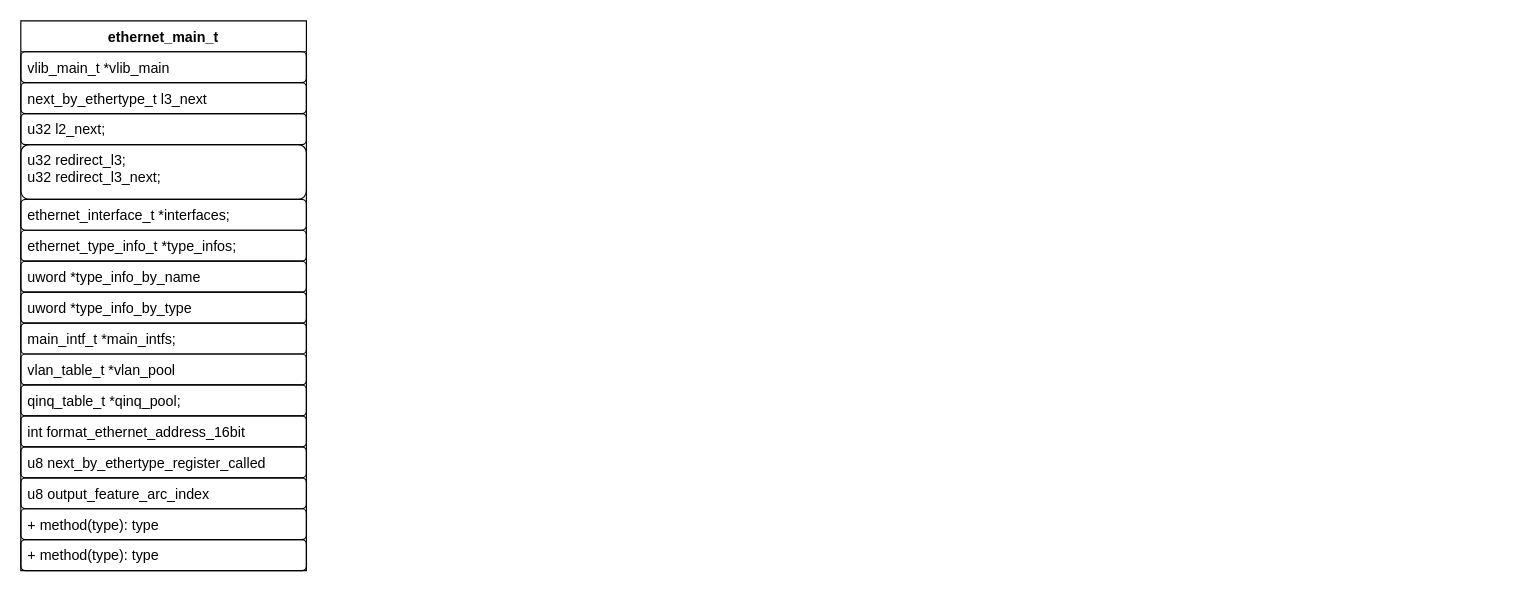
jin13417/dpdk-vpp-learning keeps this draw.io diagram as new_map/vlan_qinq.drawio. Above is the earlier version. Source tidied: cells renumbered, new cells numbered last; positions are measured from the earlier drawing's top-left corner, leaving out a move shared by most shapes. Both pictures are drawn from the tidied source at 119%, with x=0, y=0 at pixel (20, 20).
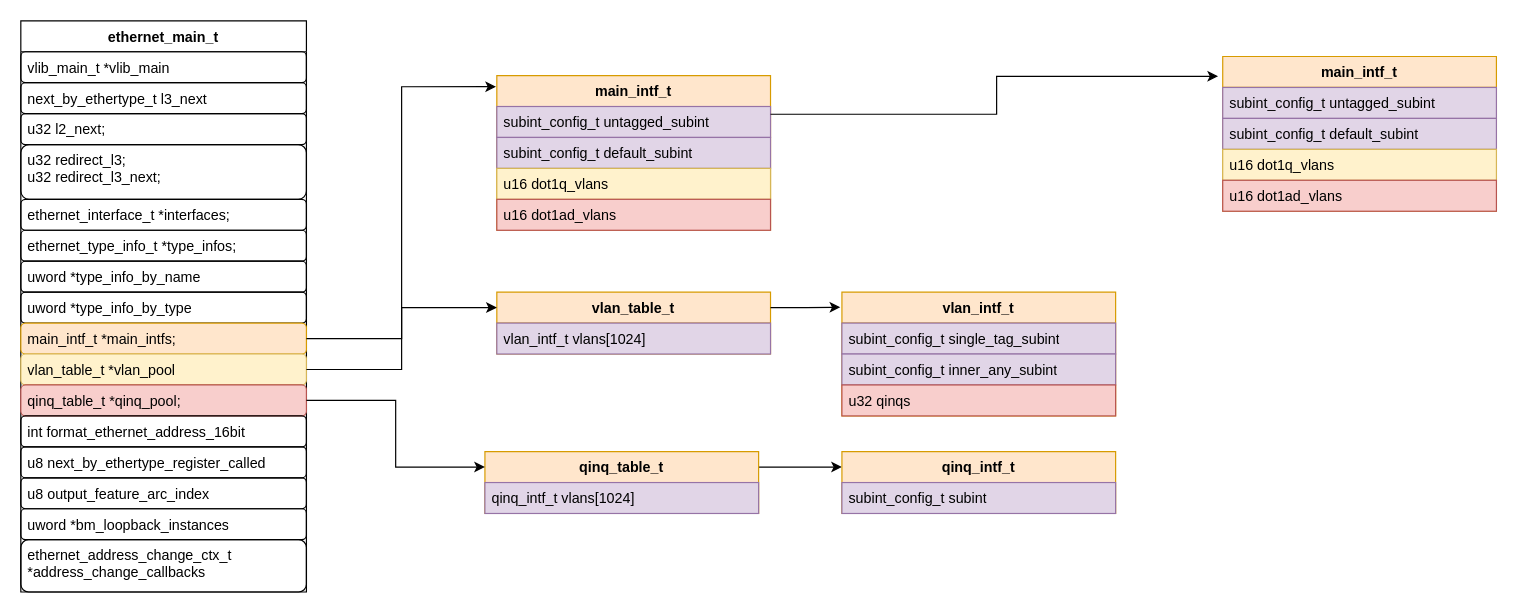
After the change.

What changed in the source:
```diff
@@
     <mxCell id="2" value="ethernet_main_t" style="swimlane;fontStyle=1;align=center;verticalAlign=top;horizontal=1;startSize=26;whiteSpace=wrap;html=1;" parent="1" vertex="1">
-      <mxGeometry width="240" height="462" as="geometry" />
+      <mxGeometry width="240" height="480" as="geometry" />
     </mxCell>
@@
-    <mxCell id="11" value="main_intf_t *main_intfs;" style="text;strokeColor=default;fillColor=none;align=left;verticalAlign=top;spacingLeft=4;spacingRight=4;overflow=hidden;points=[[0,0.5],[1,0.5]];portConstraint=eastwest;whiteSpace=wrap;html=1;rounded=1;" parent="2" vertex="1">
+    <mxCell id="11" value="main_intf_t *main_intfs;" style="text;strokeColor=#d79b00;fillColor=#ffe6cc;align=left;verticalAlign=top;spacingLeft=4;spacingRight=4;overflow=hidden;points=[[0,0.5],[1,0.5]];portConstraint=eastwest;whiteSpace=wrap;html=1;rounded=1;" parent="2" vertex="1">
       <mxGeometry y="254" width="240" height="26" as="geometry" />
     </mxCell>
-    <mxCell id="12" value="vlan_table_t *vlan_pool" style="text;strokeColor=default;fillColor=none;align=left;verticalAlign=top;spacingLeft=4;spacingRight=4;overflow=hidden;points=[[0,0.5],[1,0.5]];portConstraint=eastwest;whiteSpace=wrap;html=1;rounded=1;" parent="2" vertex="1">
+    <mxCell id="12" value="vlan_table_t *vlan_pool" style="text;strokeColor=#d6b656;fillColor=#fff2cc;align=left;verticalAlign=top;spacingLeft=4;spacingRight=4;overflow=hidden;points=[[0,0.5],[1,0.5]];portConstraint=eastwest;whiteSpace=wrap;html=1;rounded=1;" parent="2" vertex="1">
       <mxGeometry y="280" width="240" height="26" as="geometry" />
     </mxCell>
-    <mxCell id="13" value="qinq_table_t *qinq_pool;" style="text;strokeColor=default;fillColor=none;align=left;verticalAlign=top;spacingLeft=4;spacingRight=4;overflow=hidden;points=[[0,0.5],[1,0.5]];portConstraint=eastwest;whiteSpace=wrap;html=1;rounded=1;" parent="2" vertex="1">
+    <mxCell id="13" value="qinq_table_t *qinq_pool;" style="text;strokeColor=#b85450;fillColor=#f8cecc;align=left;verticalAlign=top;spacingLeft=4;spacingRight=4;overflow=hidden;points=[[0,0.5],[1,0.5]];portConstraint=eastwest;whiteSpace=wrap;html=1;rounded=1;" parent="2" vertex="1">
       <mxGeometry y="306" width="240" height="26" as="geometry" />
     </mxCell>
@@
-    <mxCell id="17" value="+ method(type): type" style="text;strokeColor=default;fillColor=none;align=left;verticalAlign=top;spacingLeft=4;spacingRight=4;overflow=hidden;whiteSpace=wrap;html=1;rounded=1;" parent="2" vertex="1">
+    <mxCell id="17" value="uword *bm_loopback_instances" style="text;strokeColor=default;fillColor=none;align=left;verticalAlign=top;spacingLeft=4;spacingRight=4;overflow=hidden;whiteSpace=wrap;html=1;rounded=1;" parent="2" vertex="1">
       <mxGeometry y="410" width="240" height="26" as="geometry" />
     </mxCell>
-    <mxCell id="18" value="+ method(type): type" style="text;strokeColor=default;fillColor=none;align=left;verticalAlign=top;spacingLeft=4;spacingRight=4;overflow=hidden;whiteSpace=wrap;html=1;rounded=1;" parent="2" vertex="1">
-      <mxGeometry y="436" width="240" height="26" as="geometry" />
+    <mxCell id="18" value="ethernet_address_change_ctx_t *address_change_callbacks" style="text;strokeColor=default;fillColor=none;align=left;verticalAlign=top;spacingLeft=4;spacingRight=4;overflow=hidden;whiteSpace=wrap;html=1;rounded=1;" parent="2" vertex="1">
+      <mxGeometry y="436" width="240" height="44" as="geometry" />
     </mxCell>
+    <mxCell id="19" value="main_intf_t" style="swimlane;fontStyle=1;align=center;verticalAlign=top;horizontal=1;startSize=26;whiteSpace=wrap;html=1;fillColor=#ffe6cc;strokeColor=#d79b00;" parent="1" vertex="1">
+      <mxGeometry x="400" y="46" width="230" height="130" as="geometry" />
+    </mxCell>
+    <mxCell id="20" value="subint_config_t untagged_subint" style="text;strokeColor=#9673a6;fillColor=#e1d5e7;align=left;verticalAlign=top;spacingLeft=4;spacingRight=4;overflow=hidden;whiteSpace=wrap;html=1;" parent="19" vertex="1">
+      <mxGeometry y="26" width="230" height="26" as="geometry" />
+    </mxCell>
+    <mxCell id="21" value="subint_config_t default_subint" style="text;strokeColor=#9673a6;fillColor=#e1d5e7;align=left;verticalAlign=top;spacingLeft=4;spacingRight=4;overflow=hidden;whiteSpace=wrap;html=1;" parent="19" vertex="1">
+      <mxGeometry y="52" width="230" height="26" as="geometry" />
+    </mxCell>
+    <mxCell id="22" value="u16 dot1q_vlans" style="text;strokeColor=#d6b656;fillColor=#fff2cc;align=left;verticalAlign=top;spacingLeft=4;spacingRight=4;overflow=hidden;whiteSpace=wrap;html=1;" parent="19" vertex="1">
+      <mxGeometry y="78" width="230" height="26" as="geometry" />
+    </mxCell>
+    <mxCell id="23" value="u16 dot1ad_vlans" style="text;strokeColor=#b85450;fillColor=#f8cecc;align=left;verticalAlign=top;spacingLeft=4;spacingRight=4;overflow=hidden;whiteSpace=wrap;html=1;" parent="19" vertex="1">
+      <mxGeometry y="104" width="230" height="26" as="geometry" />
+    </mxCell>
+    <mxCell id="24" value="vlan_table_t" style="swimlane;fontStyle=1;align=center;verticalAlign=top;horizontal=1;startSize=26;whiteSpace=wrap;html=1;fillColor=#ffe6cc;strokeColor=#d79b00;" parent="1" vertex="1">
+      <mxGeometry x="400" y="228" width="230" height="52" as="geometry" />
+    </mxCell>
+    <mxCell id="25" value="vlan_intf_t vlans[1024]" style="text;strokeColor=#9673a6;fillColor=#e1d5e7;align=left;verticalAlign=top;spacingLeft=4;spacingRight=4;overflow=hidden;whiteSpace=wrap;html=1;" parent="24" vertex="1">
+      <mxGeometry y="26" width="230" height="26" as="geometry" />
+    </mxCell>
+    <mxCell id="26" style="edgeStyle=orthogonalEdgeStyle;rounded=0;jettySize=auto;html=1;exitX=1;exitY=0.25;exitDx=0;exitDy=0;entryX=0;entryY=0.25;entryDx=0;entryDy=0;" parent="1" edge="1" source="27" target="33">
+      <mxGeometry relative="1" as="geometry" />
+    </mxCell>
+    <mxCell id="27" value="qinq_table_t" style="swimlane;fontStyle=1;align=center;verticalAlign=top;horizontal=1;startSize=26;whiteSpace=wrap;html=1;fillColor=#ffe6cc;strokeColor=#d79b00;" parent="1" vertex="1">
+      <mxGeometry x="390" y="362" width="230" height="52" as="geometry" />
+    </mxCell>
+    <mxCell id="28" value="qinq_intf_t vlans[1024]" style="text;strokeColor=#9673a6;fillColor=#e1d5e7;align=left;verticalAlign=top;spacingLeft=4;spacingRight=4;overflow=hidden;whiteSpace=wrap;html=1;" parent="27" vertex="1">
+      <mxGeometry y="26" width="230" height="26" as="geometry" />
+    </mxCell>
+    <mxCell id="29" value="vlan_intf_t" style="swimlane;fontStyle=1;align=center;verticalAlign=top;horizontal=1;startSize=26;whiteSpace=wrap;html=1;fillColor=#ffe6cc;strokeColor=#d79b00;" parent="1" vertex="1">
+      <mxGeometry x="690" y="228" width="230" height="104" as="geometry" />
+    </mxCell>
+    <mxCell id="30" value="subint_config_t single_tag_subint" style="text;strokeColor=#9673a6;fillColor=#e1d5e7;align=left;verticalAlign=top;spacingLeft=4;spacingRight=4;overflow=hidden;whiteSpace=wrap;html=1;" parent="29" vertex="1">
+      <mxGeometry y="26" width="230" height="26" as="geometry" />
+    </mxCell>
+    <mxCell id="31" value="subint_config_t inner_any_subint" style="text;strokeColor=#9673a6;fillColor=#e1d5e7;align=left;verticalAlign=top;spacingLeft=4;spacingRight=4;overflow=hidden;whiteSpace=wrap;html=1;" parent="29" vertex="1">
+      <mxGeometry y="52" width="230" height="26" as="geometry" />
+    </mxCell>
+    <mxCell id="32" value="u32 qinqs" style="text;strokeColor=#b85450;fillColor=#f8cecc;align=left;verticalAlign=top;spacingLeft=4;spacingRight=4;overflow=hidden;whiteSpace=wrap;html=1;" parent="29" vertex="1">
+      <mxGeometry y="78" width="230" height="26" as="geometry" />
+    </mxCell>
+    <mxCell id="33" value="qinq_intf_t" style="swimlane;fontStyle=1;align=center;verticalAlign=top;horizontal=1;startSize=26;whiteSpace=wrap;html=1;fillColor=#ffe6cc;strokeColor=#d79b00;" parent="1" vertex="1">
+      <mxGeometry x="690" y="362" width="230" height="52" as="geometry" />
+    </mxCell>
+    <mxCell id="34" value="subint_config_t subint" style="text;strokeColor=#9673a6;fillColor=#e1d5e7;align=left;verticalAlign=top;spacingLeft=4;spacingRight=4;overflow=hidden;whiteSpace=wrap;html=1;" parent="33" vertex="1">
+      <mxGeometry y="26" width="230" height="26" as="geometry" />
+    </mxCell>
+    <mxCell id="35" value="main_intf_t" style="swimlane;fontStyle=1;align=center;verticalAlign=top;horizontal=1;startSize=26;whiteSpace=wrap;html=1;fillColor=#ffe6cc;strokeColor=#d79b00;" parent="1" vertex="1">
+      <mxGeometry x="1010" y="30" width="230" height="130" as="geometry" />
+    </mxCell>
+    <mxCell id="36" value="subint_config_t untagged_subint" style="text;strokeColor=#9673a6;fillColor=#e1d5e7;align=left;verticalAlign=top;spacingLeft=4;spacingRight=4;overflow=hidden;whiteSpace=wrap;html=1;" parent="35" vertex="1">
+      <mxGeometry y="26" width="230" height="26" as="geometry" />
+    </mxCell>
+    <mxCell id="37" value="subint_config_t default_subint" style="text;strokeColor=#9673a6;fillColor=#e1d5e7;align=left;verticalAlign=top;spacingLeft=4;spacingRight=4;overflow=hidden;whiteSpace=wrap;html=1;" parent="35" vertex="1">
+      <mxGeometry y="52" width="230" height="26" as="geometry" />
+    </mxCell>
+    <mxCell id="38" value="u16 dot1q_vlans" style="text;strokeColor=#d6b656;fillColor=#fff2cc;align=left;verticalAlign=top;spacingLeft=4;spacingRight=4;overflow=hidden;whiteSpace=wrap;html=1;" parent="35" vertex="1">
+      <mxGeometry y="78" width="230" height="26" as="geometry" />
+    </mxCell>
+    <mxCell id="39" value="u16 dot1ad_vlans" style="text;strokeColor=#b85450;fillColor=#f8cecc;align=left;verticalAlign=top;spacingLeft=4;spacingRight=4;overflow=hidden;whiteSpace=wrap;html=1;" parent="35" vertex="1">
+      <mxGeometry y="104" width="230" height="26" as="geometry" />
+    </mxCell>
+    <mxCell id="40" style="edgeStyle=orthogonalEdgeStyle;rounded=0;jettySize=auto;html=1;exitX=1;exitY=0.5;exitDx=0;exitDy=0;entryX=0;entryY=0.25;entryDx=0;entryDy=0;" parent="1" edge="1" source="13" target="27">
+      <mxGeometry relative="1" as="geometry" />
+    </mxCell>
+    <mxCell id="41" style="edgeStyle=orthogonalEdgeStyle;rounded=0;jettySize=auto;html=1;exitX=1;exitY=0.5;exitDx=0;exitDy=0;entryX=0;entryY=0.25;entryDx=0;entryDy=0;" parent="1" edge="1" source="12" target="24">
+      <mxGeometry relative="1" as="geometry" />
+    </mxCell>
+    <mxCell id="42" style="edgeStyle=orthogonalEdgeStyle;rounded=0;jettySize=auto;html=1;exitX=1;exitY=0.5;exitDx=0;exitDy=0;entryX=-0.003;entryY=0.072;entryDx=0;entryDy=0;entryPerimeter=0;" parent="1" edge="1" source="11" target="19">
+      <mxGeometry relative="1" as="geometry" />
+    </mxCell>
+    <mxCell id="43" style="edgeStyle=orthogonalEdgeStyle;rounded=0;jettySize=auto;html=1;exitX=1;exitY=0.25;exitDx=0;exitDy=0;entryX=-0.006;entryY=0.122;entryDx=0;entryDy=0;entryPerimeter=0;" parent="1" edge="1" source="24" target="29">
+      <mxGeometry relative="1" as="geometry" />
+    </mxCell>
+    <mxCell id="44" style="edgeStyle=orthogonalEdgeStyle;rounded=0;jettySize=auto;html=1;exitX=1;exitY=0.25;exitDx=0;exitDy=0;entryX=-0.017;entryY=0.128;entryDx=0;entryDy=0;entryPerimeter=0;" parent="1" edge="1" source="19" target="35">
+      <mxGeometry relative="1" as="geometry" />
+    </mxCell>
```
